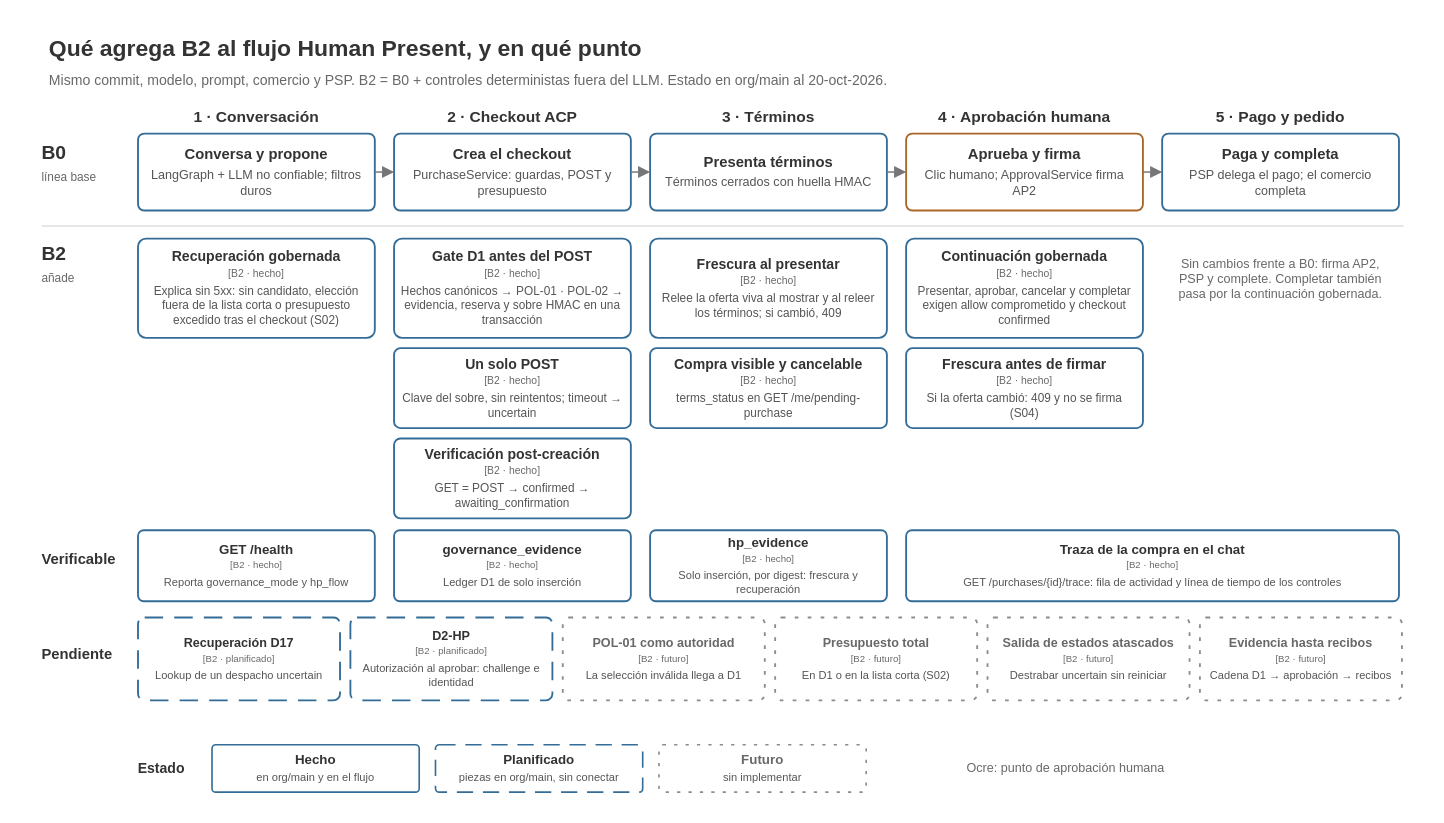
The draw.io diagram docs/diagrams/b0-vs-b2-delta.drawio in Tesis-Agentes-Comerciales/tesis-commerce-agent, before the edit. Source tidied: cells renumbered, new cells numbered last; positions are measured from the earlier drawing's top-left corner, leaving out a move shared by most shapes. Both pictures are drawn from the tidied source at 74%, with x=0, y=0 at pixel (13, 13).
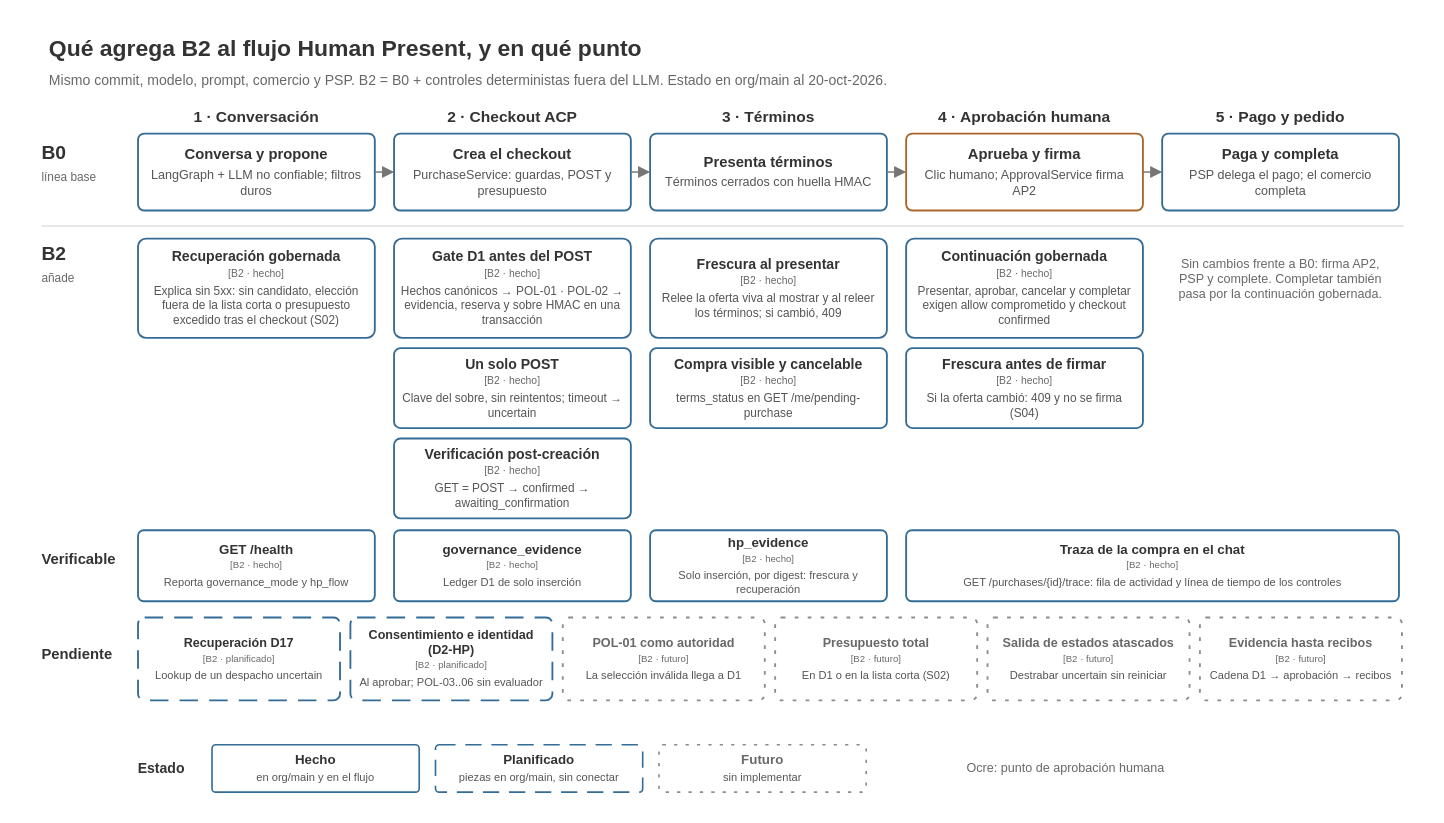
The same diagram, later.

Diff of the diagram source:
```diff
@@
-    <mxCell id="40" value="&lt;div style=&quot;font-family:Arial&quot;&gt;&lt;div style=&quot;font-size:17px;color:#333333;line-height:1.15&quot;&gt;&lt;b&gt;D2-HP&lt;/b&gt;&lt;/div&gt;&lt;div style=&quot;font-size:13px;color:#686868;margin-top:3px&quot;&gt;[B2 · planificado]&lt;/div&gt;&lt;div style=&quot;font-size:15px;color:#555555;margin-top:6px;line-height:1.25&quot;&gt;Autorización al aprobar: challenge e identidad&lt;/div&gt;&lt;/div&gt;" style="rounded=1;arcSize=8;whiteSpace=wrap;html=1;fillColor=#FFFFFF;strokeColor=#336C96;strokeWidth=2.5;dashed=1;dashPattern=10 6;fontFamily=Arial;fontColor=#333333;align=center;verticalAlign=middle;spacing=10;" parent="1" vertex="1">
+    <mxCell id="40" value="&lt;div style=&quot;font-family:Arial&quot;&gt;&lt;div style=&quot;font-size:17px;color:#333333;line-height:1.15&quot;&gt;&lt;b&gt;Consentimiento e identidad (D2-HP)&lt;/b&gt;&lt;/div&gt;&lt;div style=&quot;font-size:13px;color:#686868;margin-top:3px&quot;&gt;[B2 · planificado]&lt;/div&gt;&lt;div style=&quot;font-size:15px;color:#555555;margin-top:6px;line-height:1.25&quot;&gt;Al aprobar; &lt;span style=&quot;white-space:nowrap&quot;&gt;POL-03..06&lt;/span&gt; sin evaluador&lt;/div&gt;&lt;/div&gt;" style="rounded=1;arcSize=8;whiteSpace=wrap;html=1;fillColor=#FFFFFF;strokeColor=#336C96;strokeWidth=2.5;dashed=1;dashPattern=10 6;fontFamily=Arial;fontColor=#333333;align=center;verticalAlign=middle;spacing=10;" parent="1" vertex="1">
       <mxGeometry x="456" y="817" width="273" height="112" as="geometry" />
     </mxCell>
```
